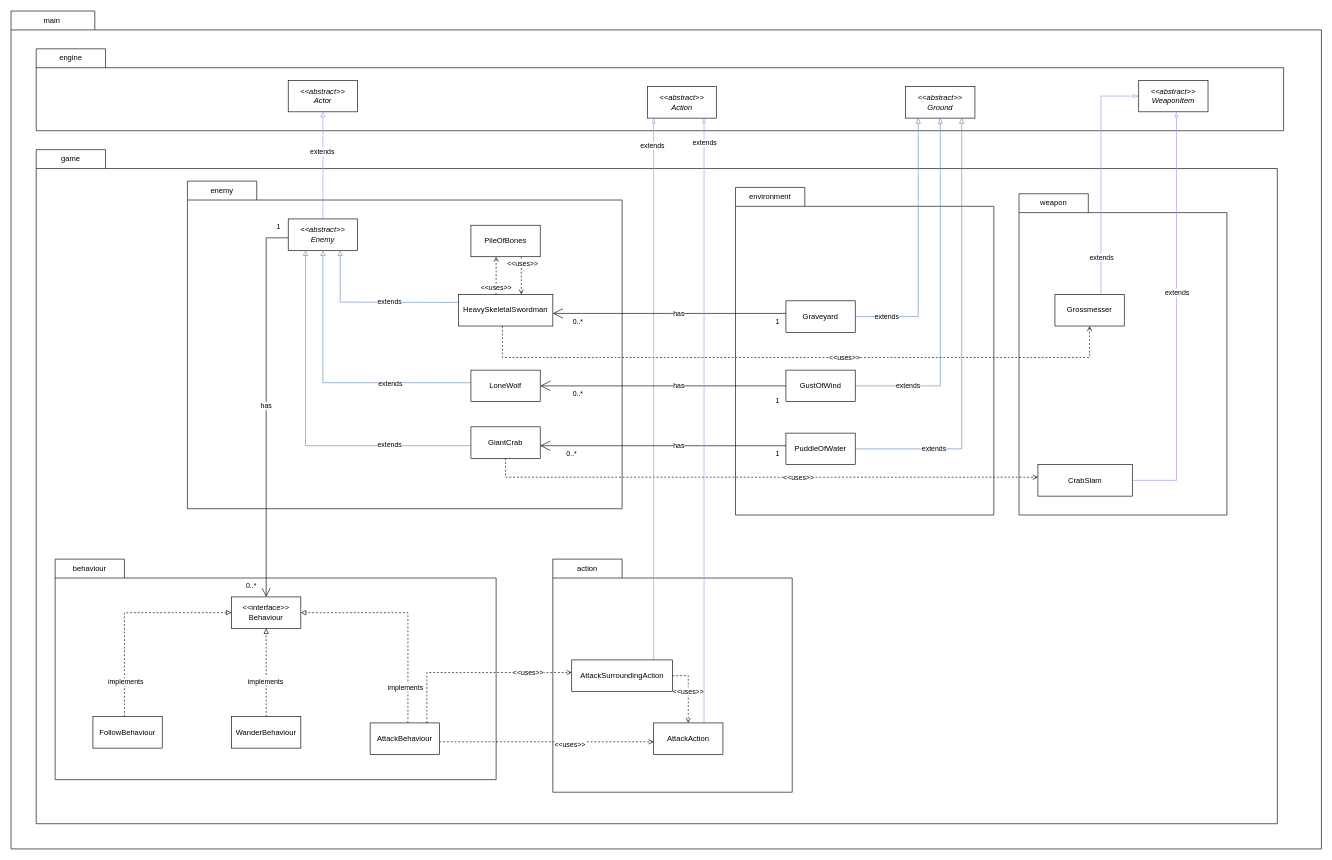
Yeoh-Ming-Wei/Elden-Ring-Clone keeps this draw.io diagram as docs/uml/drawio/req1.drawio. Above is the earlier version. Source tidied: cells renumbered, new cells numbered last; positions are measured from the earlier drawing's top-left corner, leaving out a move shared by most shapes. Both pictures are drawn from the tidied source at 63%, with x=0, y=0 at pixel (11, 11).
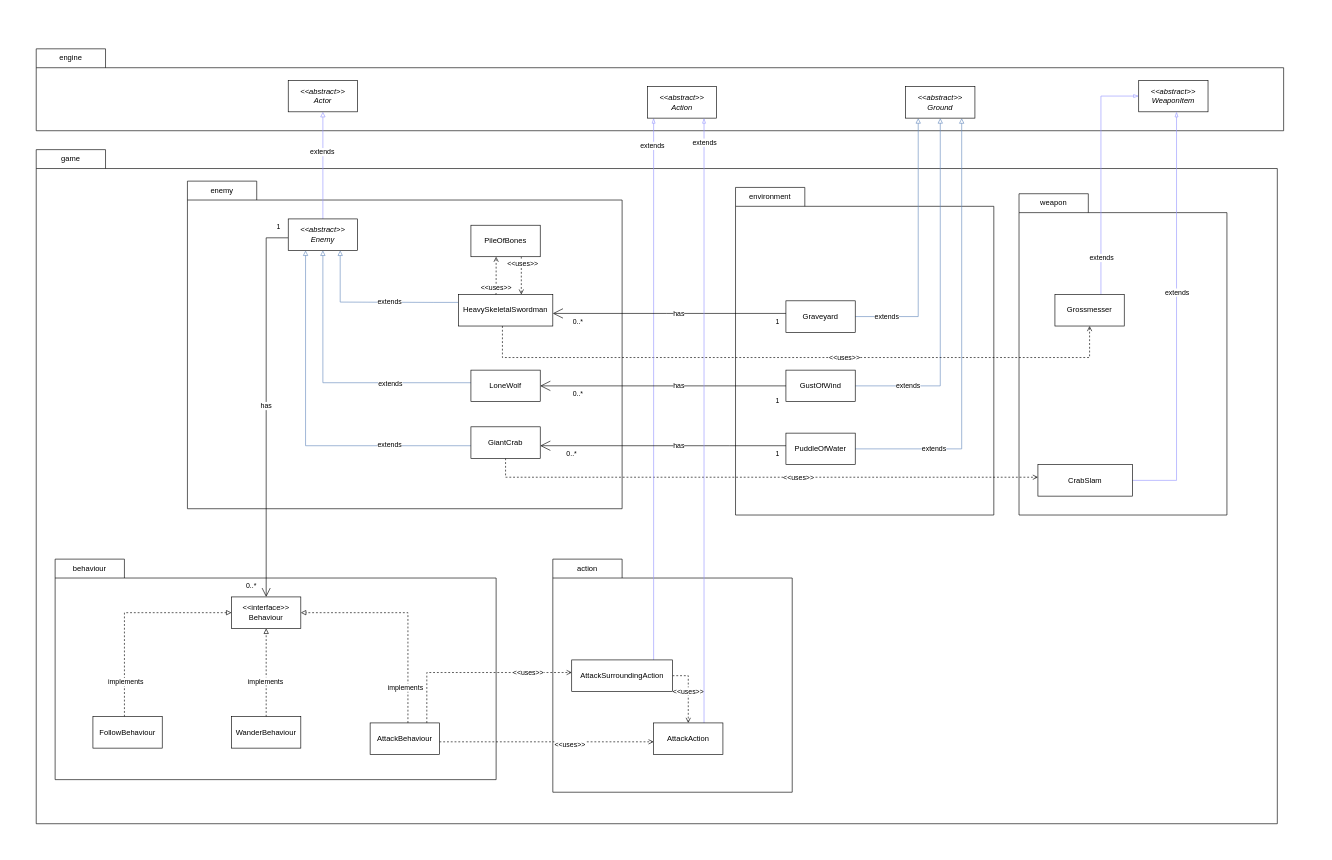
After the change.

The edit, as a diff of the source:
```diff
@@
-    <mxCell id="2" style="shape=folder;fontStyle=1;spacingTop=10;tabWidth=110;tabHeight=30;tabPosition=left;html=1;whiteSpace=wrap;" parent="1" vertex="1">
-      <mxGeometry width="2080" height="1330" as="geometry" />
-    </mxCell>
-    <mxCell id="3" value="main" style="text;html=1;strokeColor=none;fillColor=none;align=center;verticalAlign=middle;whiteSpace=wrap;rounded=0;" parent="1" vertex="1">
-      <mxGeometry width="130" height="30" as="geometry" />
-    </mxCell>
```
